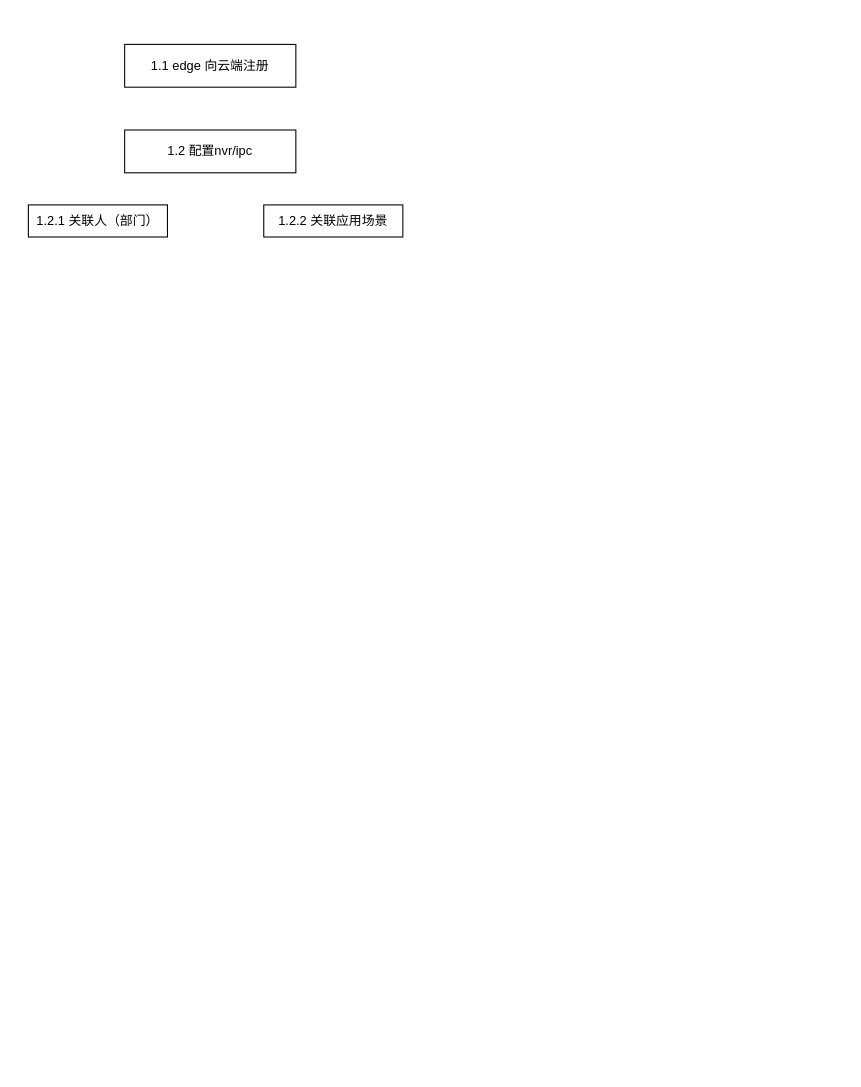
Before: 设备配置+工作流程.drawio in liz2m/draw.images, a draw.io diagram. Source tidied: cells renumbered, new cells numbered last; positions are measured from the earlier drawing's top-left corner, leaving out a move shared by most shapes. Both pictures are drawn from the tidied source at 107%, with x=0, y=0 at pixel (28, 44).
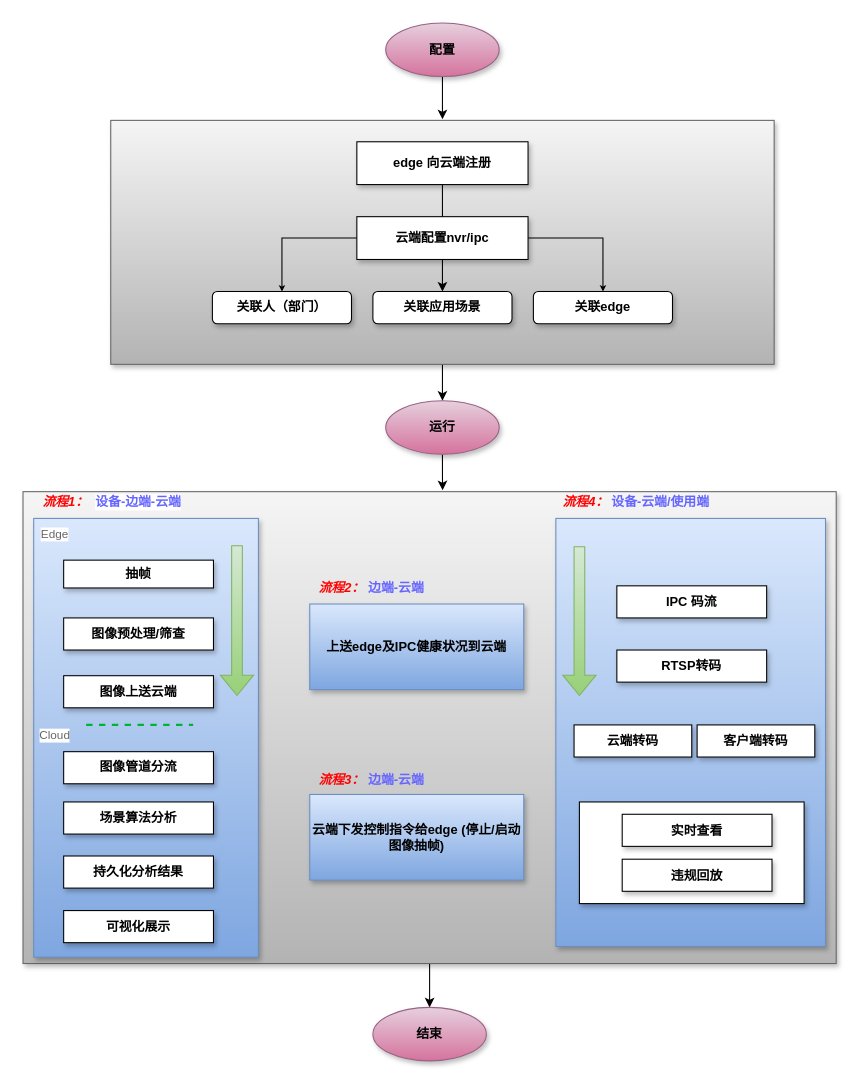
After the change.

Commit message (it also covers changes not shown here):
Update 设备配置+工作流程.drawio

The edit, as a diff of the source:
```diff
@@
+    <mxCell id="6" style="edgeStyle=orthogonalEdgeStyle;rounded=0;jettySize=auto;html=1;entryX=0.5;entryY=0;entryDx=0;entryDy=0;fontSize=18;fontColor=#666666;" parent="1" edge="1" source="7" target="46">
+      <mxGeometry relative="1" as="geometry" />
+    </mxCell>
+    <mxCell id="7" style="rounded=0;whiteSpace=wrap;html=1;shadow=1;fillColor=#f5f5f5;gradientColor=#b3b3b3;strokeColor=#666666;" parent="1" vertex="1">
+      <mxGeometry x="-5" y="418" width="760" height="441" as="geometry" />
+    </mxCell>
+    <mxCell id="8" style="edgeStyle=orthogonalEdgeStyle;rounded=0;jettySize=auto;html=1;entryX=0.5;entryY=0;entryDx=0;entryDy=0;" parent="1" edge="1" source="9" target="41">
+      <mxGeometry relative="1" as="geometry" />
+    </mxCell>
+    <mxCell id="9" style="rounded=0;whiteSpace=wrap;html=1;shadow=1;fillColor=#f5f5f5;gradientColor=#b3b3b3;strokeColor=#666666;" parent="1" vertex="1">
+      <mxGeometry x="77" y="71" width="620" height="228" as="geometry" />
+    </mxCell>
+    <mxCell id="10" style="rounded=0;whiteSpace=wrap;html=1;shadow=1;fillColor=#dae8fc;gradientColor=#7ea6e0;strokeColor=#6c8ebf;" parent="1" vertex="1">
+      <mxGeometry x="493" y="443" width="252" height="400" as="geometry" />
+    </mxCell>
+    <mxCell id="11" style="rounded=0;whiteSpace=wrap;html=1;shadow=1;fillColor=#dae8fc;gradientColor=#7ea6e0;strokeColor=#6c8ebf;" parent="1" vertex="1">
+      <mxGeometry x="5" y="443" width="210" height="410" as="geometry" />
+    </mxCell>
+    <mxCell id="12" style="rounded=0;whiteSpace=wrap;html=1;shadow=1;" parent="1" vertex="1">
+      <mxGeometry x="515" y="708" width="210" height="95" as="geometry" />
+    </mxCell>
+    <mxCell id="13" style="edgeStyle=orthogonalEdgeStyle;rounded=0;jettySize=auto;html=1;" parent="1" edge="1" source="2" target="5">
+      <mxGeometry relative="1" as="geometry" />
+    </mxCell>
-    <mxCell id="2" value="1.1 edge 向云端注册" style="rounded=0;whiteSpace=wrap;html=1;" parent="1" vertex="1">
-      <mxGeometry x="90" width="160" height="40" as="geometry" />
+    <mxCell id="2" value="edge 向云端注册" style="rounded=0;whiteSpace=wrap;html=1;shadow=1;fontStyle=1;" parent="1" vertex="1">
+      <mxGeometry x="307" y="91" width="160" height="40" as="geometry" />
     </mxCell>
+    <mxCell id="14" style="edgeStyle=orthogonalEdgeStyle;rounded=0;jettySize=auto;html=1;fontSize=11;fontColor=#666666;startSize=7;endSize=3;" parent="1" edge="1" source="3" target="4">
+      <mxGeometry relative="1" as="geometry" />
+    </mxCell>
+    <mxCell id="15" style="edgeStyle=orthogonalEdgeStyle;rounded=0;jettySize=auto;html=1;entryX=0.5;entryY=0;entryDx=0;entryDy=0;fontSize=11;fontColor=#666666;startSize=7;endSize=3;" parent="1" edge="1" source="3" target="16">
+      <mxGeometry relative="1" as="geometry" />
+    </mxCell>
-    <mxCell id="3" value="1.2 配置nvr/ipc" style="rounded=0;whiteSpace=wrap;html=1;" parent="1" vertex="1">
-      <mxGeometry x="90" y="80" width="160" height="40" as="geometry" />
+    <mxCell id="3" value="云端配置nvr/ipc" style="rounded=0;whiteSpace=wrap;html=1;shadow=1;fontStyle=1;" parent="1" vertex="1">
+      <mxGeometry x="307" y="161" width="160" height="40" as="geometry" />
     </mxCell>
-    <mxCell id="4" value="1.2.1 关联人（部门）" style="rounded=0;whiteSpace=wrap;html=1;" parent="1" vertex="1">
-      <mxGeometry y="150" width="130" height="30" as="geometry" />
+    <mxCell id="4" value="关联人（部门）" style="rounded=1;whiteSpace=wrap;html=1;shadow=1;fontStyle=1;" parent="1" vertex="1">
+      <mxGeometry x="172" y="231" width="130" height="30" as="geometry" />
     </mxCell>
-    <mxCell id="5" value="1.2.2 关联应用场景" style="rounded=0;whiteSpace=wrap;html=1;" parent="1" vertex="1">
-      <mxGeometry x="220" y="150" width="130" height="30" as="geometry" />
+    <mxCell id="5" value="关联应用场景" style="rounded=1;whiteSpace=wrap;html=1;shadow=1;fontStyle=1;" parent="1" vertex="1">
+      <mxGeometry x="322" y="231" width="130" height="30" as="geometry" />
     </mxCell>
+    <mxCell id="16" value="关联edge" style="rounded=1;whiteSpace=wrap;html=1;shadow=1;fontStyle=1;" parent="1" vertex="1">
+      <mxGeometry x="472" y="231" width="130" height="30" as="geometry" />
+    </mxCell>
+    <mxCell id="17" value="抽帧" style="rounded=0;whiteSpace=wrap;html=1;shadow=1;fontStyle=1;" parent="1" vertex="1">
+      <mxGeometry x="33" y="482" width="140" height="26" as="geometry" />
+    </mxCell>
+    <mxCell id="18" value="图像预处理/筛查" style="rounded=0;whiteSpace=wrap;html=1;shadow=1;fontStyle=1;" parent="1" vertex="1">
+      <mxGeometry x="33" y="536" width="140" height="30" as="geometry" />
+    </mxCell>
+    <mxCell id="19" value="图像上送云端" style="rounded=0;whiteSpace=wrap;html=1;shadow=1;fontStyle=1;" parent="1" vertex="1">
+      <mxGeometry x="33" y="590" width="140" height="30" as="geometry" />
+    </mxCell>
+    <mxCell id="20" value="图像管道分流" style="rounded=0;whiteSpace=wrap;html=1;shadow=1;fontStyle=1;" parent="1" vertex="1">
+      <mxGeometry x="33" y="661" width="140" height="30" as="geometry" />
+    </mxCell>
+    <mxCell id="21" value="场景算法分析" style="rounded=0;whiteSpace=wrap;html=1;shadow=1;fontStyle=1;" parent="1" vertex="1">
+      <mxGeometry x="33" y="708" width="140" height="30" as="geometry" />
+    </mxCell>
+    <mxCell id="22" value="持久化分析结果" style="rounded=0;whiteSpace=wrap;html=1;shadow=1;fontStyle=1;" parent="1" vertex="1">
+      <mxGeometry x="33" y="758.5" width="140" height="30" as="geometry" />
+    </mxCell>
+    <mxCell id="23" value="可视化展示" style="rounded=0;whiteSpace=wrap;html=1;shadow=1;fontStyle=1;" parent="1" vertex="1">
+      <mxGeometry x="33" y="809.5" width="140" height="30" as="geometry" />
+    </mxCell>
+    <mxCell id="24" value="IPC 码流" style="rounded=0;whiteSpace=wrap;html=1;shadow=1;fontStyle=1;" parent="1" vertex="1">
+      <mxGeometry x="550" y="506" width="140" height="30" as="geometry" />
+    </mxCell>
+    <mxCell id="25" value="RTSP转码" style="rounded=0;whiteSpace=wrap;html=1;shadow=1;fontStyle=1;" parent="1" vertex="1">
+      <mxGeometry x="550" y="566" width="140" height="30" as="geometry" />
+    </mxCell>
+    <mxCell id="26" value="客户端转码" style="rounded=0;whiteSpace=wrap;html=1;shadow=1;fontStyle=1;" parent="1" vertex="1">
+      <mxGeometry x="625" y="636" width="110" height="30" as="geometry" />
+    </mxCell>
+    <mxCell id="27" value="云端转码" style="rounded=0;whiteSpace=wrap;html=1;shadow=1;fontStyle=1;" parent="1" vertex="1">
+      <mxGeometry x="510" y="636" width="110" height="30" as="geometry" />
+    </mxCell>
+    <mxCell id="28" value="违规回放" style="rounded=0;whiteSpace=wrap;html=1;shadow=1;fontStyle=1;" parent="1" vertex="1">
+      <mxGeometry x="555" y="761.5" width="140" height="30" as="geometry" />
+    </mxCell>
+    <mxCell id="29" value="实时查看" style="rounded=0;whiteSpace=wrap;html=1;shadow=1;fontStyle=1;" parent="1" vertex="1">
+      <mxGeometry x="555" y="719.5" width="140" height="30" as="geometry" />
+    </mxCell>
+    <mxCell id="30" value="上送edge及IPC健康状况到云端" style="rounded=0;whiteSpace=wrap;html=1;shadow=1;fontStyle=1;fillColor=#dae8fc;gradientColor=#7ea6e0;strokeColor=#6c8ebf;" parent="1" vertex="1">
+      <mxGeometry x="263" y="523" width="200" height="80" as="geometry" />
+    </mxCell>
+    <mxCell id="31" value="云端下发控制指令给edge (停止/启动图像抽帧)" style="rounded=0;whiteSpace=wrap;html=1;shadow=1;fontStyle=1;fillColor=#dae8fc;gradientColor=#7ea6e0;strokeColor=#6c8ebf;" parent="1" vertex="1">
+      <mxGeometry x="263" y="701" width="200" height="80" as="geometry" />
+    </mxCell>
+    <mxCell id="32" value="设备-边端-云端" style="text;html=1;strokeColor=none;fillColor=none;align=center;verticalAlign=middle;whiteSpace=wrap;rounded=0;shadow=1;fontStyle=1;fontColor=#6666FF;labelBackgroundColor=default;" parent="1" vertex="1">
+      <mxGeometry x="48" y="413" width="110" height="30" as="geometry" />
+    </mxCell>
+    <mxCell id="33" value="流程1：" style="text;html=1;strokeColor=none;fillColor=none;align=center;verticalAlign=middle;whiteSpace=wrap;rounded=0;shadow=1;fontColor=#FF0000;fontStyle=3;" parent="1" vertex="1">
+      <mxGeometry x="5" y="413" width="60" height="30" as="geometry" />
+    </mxCell>
+    <mxCell id="34" value="流程2：" style="text;html=1;strokeColor=none;fillColor=none;align=center;verticalAlign=middle;whiteSpace=wrap;rounded=0;shadow=1;fontStyle=3;fontColor=#FF0000;" parent="1" vertex="1">
+      <mxGeometry x="263" y="493" width="60" height="30" as="geometry" />
+    </mxCell>
+    <mxCell id="35" value="流程3：" style="text;html=1;strokeColor=none;fillColor=none;align=center;verticalAlign=middle;whiteSpace=wrap;rounded=0;shadow=1;fontColor=#FF0000;fontStyle=3;" parent="1" vertex="1">
+      <mxGeometry x="263" y="673" width="60" height="30" as="geometry" />
+    </mxCell>
+    <mxCell id="36" value="边端-云端" style="text;html=1;strokeColor=none;fillColor=none;align=center;verticalAlign=middle;whiteSpace=wrap;rounded=0;shadow=1;fontColor=#6666FF;fontStyle=1;" parent="1" vertex="1">
+      <mxGeometry x="289" y="493" width="110" height="30" as="geometry" />
+    </mxCell>
+    <mxCell id="37" value="边端-云端" style="text;html=1;strokeColor=none;fillColor=none;align=center;verticalAlign=middle;whiteSpace=wrap;rounded=0;shadow=1;fontStyle=1;fontColor=#6666FF;" parent="1" vertex="1">
+      <mxGeometry x="289" y="673" width="110" height="30" as="geometry" />
+    </mxCell>
+    <mxCell id="38" value="流程4：" style="text;html=1;strokeColor=none;fillColor=none;align=center;verticalAlign=middle;whiteSpace=wrap;rounded=0;shadow=1;fontStyle=3;fontColor=#FF0000;" parent="1" vertex="1">
+      <mxGeometry x="491" y="413" width="60" height="30" as="geometry" />
+    </mxCell>
+    <mxCell id="39" value="设备-云端/使用端" style="text;html=1;strokeColor=none;fillColor=none;align=center;verticalAlign=middle;whiteSpace=wrap;rounded=0;shadow=1;fontStyle=1;fontColor=#6666FF;" parent="1" vertex="1">
+      <mxGeometry x="536" y="413" width="110" height="30" as="geometry" />
+    </mxCell>
+    <mxCell id="40" style="edgeStyle=orthogonalEdgeStyle;rounded=0;jettySize=auto;html=1;entryX=0.516;entryY=-0.003;entryDx=0;entryDy=0;entryPerimeter=0;" parent="1" edge="1" source="41" target="7">
+      <mxGeometry relative="1" as="geometry" />
+    </mxCell>
+    <mxCell id="41" value="运行" style="ellipse;whiteSpace=wrap;html=1;rounded=1;shadow=1;fillColor=#e6d0de;gradientColor=#d5739d;strokeColor=#996185;fontStyle=1;" parent="1" vertex="1">
+      <mxGeometry x="334" y="333" width="106" height="50" as="geometry" />
+    </mxCell>
+    <mxCell id="42" style="shape=flexArrow;endArrow=classic;html=1;rounded=0;fontSize=18;fontColor=#6666FF;fillColor=#d5e8d4;gradientColor=#97d077;strokeColor=#82b366;" parent="1" edge="1">
+      <mxGeometry relative="1" as="geometry">
+        <mxPoint x="195" y="468" as="sourcePoint" />
+        <mxPoint x="195" y="609" as="targetPoint" />
+      </mxGeometry>
+    </mxCell>
+    <mxCell id="43" style="shape=flexArrow;endArrow=classic;html=1;rounded=0;fontSize=18;fontColor=#6666FF;fillColor=#d5e8d4;gradientColor=#97d077;strokeColor=#82b366;" parent="1" edge="1">
+      <mxGeometry relative="1" as="geometry">
+        <mxPoint x="515" y="469" as="sourcePoint" />
+        <mxPoint x="515" y="609" as="targetPoint" />
+      </mxGeometry>
+    </mxCell>
+    <mxCell id="44" style="edgeStyle=orthogonalEdgeStyle;rounded=0;jettySize=auto;html=1;fontSize=18;fontColor=#666666;" parent="1" edge="1" source="45">
+      <mxGeometry relative="1" as="geometry">
+        <mxPoint x="387" y="70" as="targetPoint" />
+      </mxGeometry>
+    </mxCell>
+    <mxCell id="45" value="配置" style="ellipse;whiteSpace=wrap;html=1;rounded=1;shadow=1;fillColor=#e6d0de;gradientColor=#d5739d;strokeColor=#996185;fontStyle=1;" parent="1" vertex="1">
+      <mxGeometry x="334" y="-20" width="106" height="50" as="geometry" />
+    </mxCell>
+    <mxCell id="46" value="结束" style="ellipse;whiteSpace=wrap;html=1;rounded=1;shadow=1;fillColor=#e6d0de;gradientColor=#d5739d;strokeColor=#996185;fontStyle=1;" parent="1" vertex="1">
+      <mxGeometry x="322" y="900" width="106" height="50" as="geometry" />
+    </mxCell>
+    <mxCell id="47" style="edgeStyle=none;rounded=0;html=1;entryX=0;entryY=0.5;jettySize=auto;orthogonalLoop=1;strokeColor=#00B336;strokeWidth=2;fontColor=#000000;jumpStyle=none;endArrow=none;endFill=0;startArrow=none;dashed=1;fontSize=18;endSize=3;startSize=7;" parent="1" edge="1">
+      <mxGeometry relative="1" as="geometry">
+        <mxPoint x="54" y="636" as="sourcePoint" />
+        <mxPoint x="154" y="636" as="targetPoint" />
+      </mxGeometry>
+    </mxCell>
+    <mxCell id="48" value="Edge" style="text;html=1;strokeColor=none;fillColor=none;align=center;verticalAlign=middle;whiteSpace=wrap;rounded=0;shadow=1;labelBackgroundColor=default;fontSize=11;fontColor=#666666;" parent="1" vertex="1">
+      <mxGeometry x="-5" y="443" width="60" height="30" as="geometry" />
+    </mxCell>
+    <mxCell id="49" value="Cloud" style="text;html=1;strokeColor=none;fillColor=none;align=center;verticalAlign=middle;whiteSpace=wrap;rounded=0;shadow=1;labelBackgroundColor=default;fontSize=11;fontColor=#666666;" parent="1" vertex="1">
+      <mxGeometry x="-5" y="631" width="60" height="30" as="geometry" />
+    </mxCell>
```
